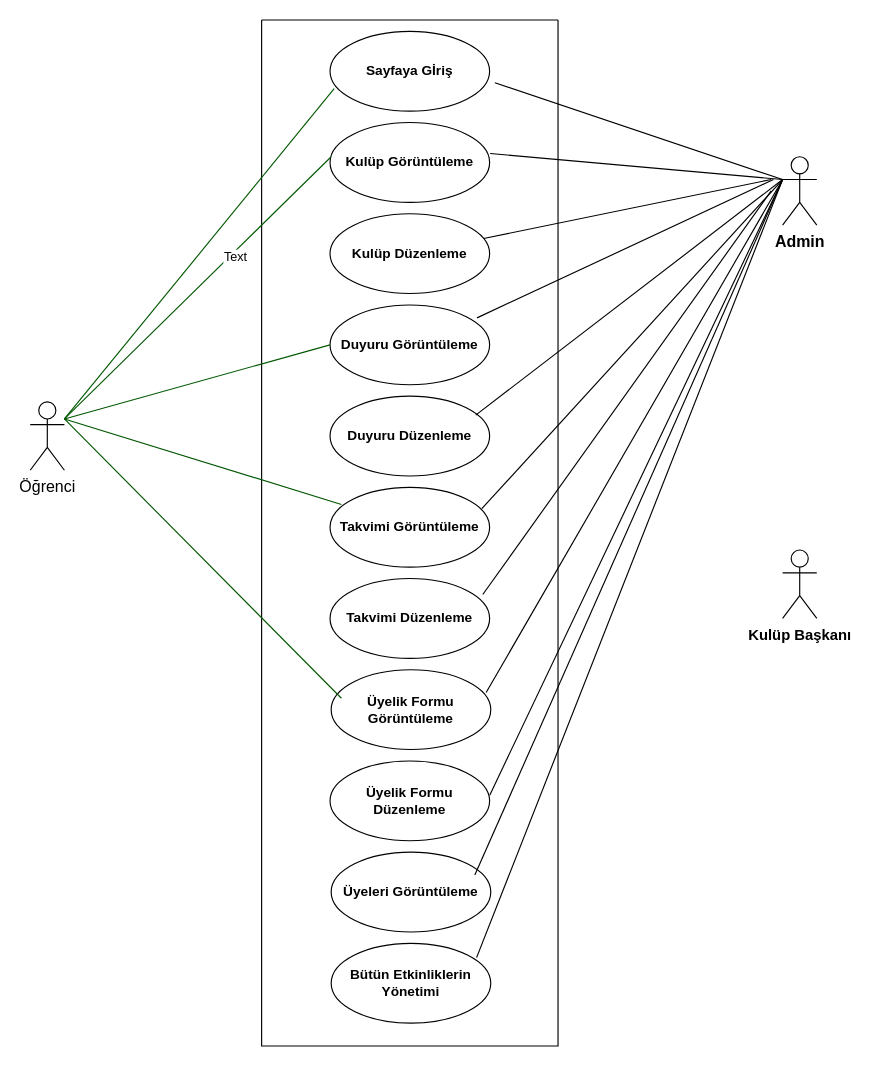
Above: UseCase/UseCase.drawio in areyyy/topluluksitesi (draw.io), before the change. Source tidied: cells renumbered, new cells numbered last; positions are measured from the earlier drawing's top-left corner, leaving out a move shared by most shapes. Both pictures are drawn from the tidied source at 114%, with x=0, y=0 at pixel (30, 19).
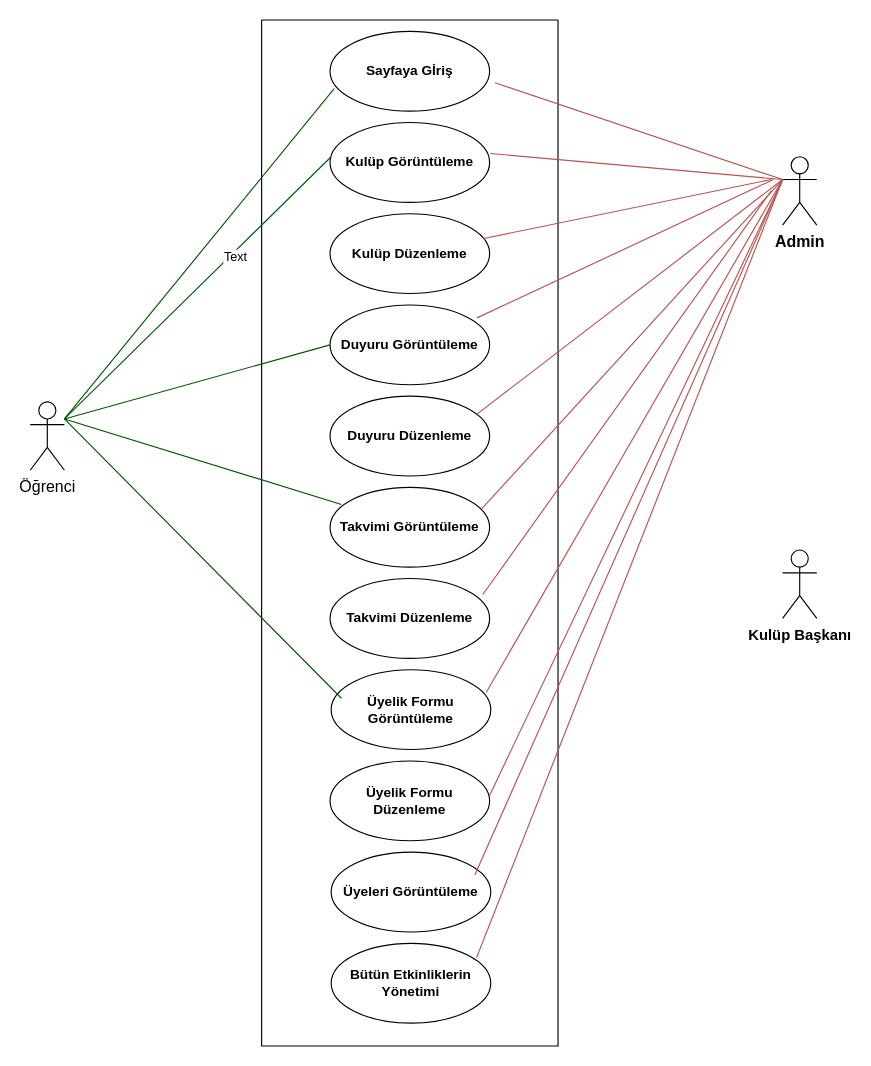
The same diagram, later.

The change refers to these unchanged cells:
```xml
<mxCell id="2" style="swimlane;startSize=0;" parent="1" vertex="1">
  <mxGeometry x="203" width="260" height="900" as="geometry" />
</mxCell>
<mxCell id="3" value="&lt;b&gt;Sayfaya Gİriş&lt;/b&gt;" style="ellipse;whiteSpace=wrap;html=1;" parent="2" vertex="1">
  <mxGeometry x="60" y="10" width="140" height="70" as="geometry" />
</mxCell>
<mxCell id="4" value="&lt;b&gt;Kulüp Görüntüleme&lt;/b&gt;" style="ellipse;whiteSpace=wrap;html=1;" parent="2" vertex="1">
  <mxGeometry x="60" y="90" width="140" height="70" as="geometry" />
</mxCell>
<mxCell id="5" value="&lt;b&gt;Kulüp Düzenleme&lt;/b&gt;" style="ellipse;whiteSpace=wrap;html=1;" parent="2" vertex="1">
  <mxGeometry x="60" y="170" width="140" height="70" as="geometry" />
</mxCell>
<mxCell id="6" value="&lt;b&gt;Duyuru Görüntüleme&lt;/b&gt;" style="ellipse;whiteSpace=wrap;html=1;" parent="2" vertex="1">
  <mxGeometry x="60" y="250" width="140" height="70" as="geometry" />
</mxCell>
<mxCell id="7" value="&lt;b&gt;Duyuru Düzenleme&lt;/b&gt;" style="ellipse;whiteSpace=wrap;html=1;" parent="2" vertex="1">
  <mxGeometry x="60" y="330" width="140" height="70" as="geometry" />
</mxCell>
<mxCell id="8" value="&lt;b&gt;Takvimi Görüntüleme&lt;/b&gt;" style="ellipse;whiteSpace=wrap;html=1;" parent="2" vertex="1">
  <mxGeometry x="60" y="410" width="140" height="70" as="geometry" />
</mxCell>
<mxCell id="9" value="&lt;b&gt;Takvimi Düzenleme&lt;/b&gt;" style="ellipse;whiteSpace=wrap;html=1;" parent="2" vertex="1">
  <mxGeometry x="60" y="490" width="140" height="70" as="geometry" />
</mxCell>
<mxCell id="10" value="&lt;b&gt;Üyelik Formu Görüntüleme&lt;/b&gt;" style="ellipse;whiteSpace=wrap;html=1;" parent="2" vertex="1">
  <mxGeometry x="61" y="570" width="140" height="70" as="geometry" />
</mxCell>
<mxCell id="12" value="&lt;b&gt;Üyeleri Görüntüleme&lt;/b&gt;" style="ellipse;whiteSpace=wrap;html=1;" parent="2" vertex="1">
  <mxGeometry x="61" y="730" width="140" height="70" as="geometry" />
</mxCell>
<mxCell id="13" value="&lt;b&gt;Bütün Etkinliklerin Yönetimi&lt;/b&gt;" style="ellipse;whiteSpace=wrap;html=1;" parent="2" vertex="1">
  <mxGeometry x="61" y="810" width="140" height="70" as="geometry" />
</mxCell>
<mxCell id="19" value="&lt;b style=&quot;font-size: 14px;&quot;&gt;Admin&lt;/b&gt;" style="shape=umlActor;verticalLabelPosition=bottom;verticalAlign=top;html=1;" parent="1" vertex="1">
  <mxGeometry x="660" y="120" width="30" height="60" as="geometry" />
</mxCell>
```

Diff of the diagram source:
```diff
@@
-    <mxCell id="17" style="endArrow=none;html=1;rounded=0;exitX=0.971;exitY=0.286;exitDx=0;exitDy=0;exitPerimeter=0;entryX=0;entryY=0.3333333333333333;entryDx=0;entryDy=0;entryPerimeter=0;" parent="2" edge="1" target="19">
+    <mxCell id="17" style="endArrow=none;html=1;rounded=0;exitX=0.971;exitY=0.286;exitDx=0;exitDy=0;exitPerimeter=0;entryX=0;entryY=0.3333333333333333;entryDx=0;entryDy=0;entryPerimeter=0;fillColor=#f8cecc;strokeColor=#b85450;" parent="2" edge="1" target="19">
       <mxGeometry relative="1" as="geometry">
         <mxPoint x="200.1" y="680" as="sourcePoint" />
       </mxGeometry>
     </mxCell>
@@
-    <mxCell id="24" style="endArrow=none;html=1;rounded=0;exitX=1.033;exitY=0.644;exitDx=0;exitDy=0;exitPerimeter=0;" parent="1" edge="1" source="3">
+    <mxCell id="24" style="endArrow=none;html=1;rounded=0;exitX=1.033;exitY=0.644;exitDx=0;exitDy=0;exitPerimeter=0;fillColor=#f8cecc;strokeColor=#b85450;" parent="1" edge="1" source="3">
       <mxGeometry relative="1" as="geometry">
         <mxPoint x="660" y="140" as="targetPoint" />
       </mxGeometry>
     </mxCell>
-    <mxCell id="25" style="endArrow=none;html=1;rounded=0;exitX=1.003;exitY=0.388;exitDx=0;exitDy=0;exitPerimeter=0;" parent="1" edge="1" source="4">
+    <mxCell id="25" style="endArrow=none;html=1;rounded=0;exitX=1.003;exitY=0.388;exitDx=0;exitDy=0;exitPerimeter=0;fillColor=#f8cecc;strokeColor=#b85450;" parent="1" edge="1" source="4">
       <mxGeometry relative="1" as="geometry">
         <mxPoint x="660" y="140" as="targetPoint" />
       </mxGeometry>
     </mxCell>
-    <mxCell id="26" style="endArrow=none;html=1;rounded=0;" parent="1" edge="1" source="5">
+    <mxCell id="26" style="endArrow=none;html=1;rounded=0;fillColor=#f8cecc;strokeColor=#b85450;" parent="1" edge="1" source="5">
       <mxGeometry relative="1" as="geometry">
         <mxPoint x="650" y="140" as="targetPoint" />
       </mxGeometry>
     </mxCell>
-    <mxCell id="27" style="endArrow=none;html=1;rounded=0;exitX=0.921;exitY=0.162;exitDx=0;exitDy=0;exitPerimeter=0;" parent="1" edge="1" source="6">
+    <mxCell id="27" style="endArrow=none;html=1;rounded=0;exitX=0.921;exitY=0.162;exitDx=0;exitDy=0;exitPerimeter=0;fillColor=#f8cecc;strokeColor=#b85450;" parent="1" edge="1" source="6">
       <mxGeometry relative="1" as="geometry">
         <mxPoint x="652" y="140" as="targetPoint" />
       </mxGeometry>
     </mxCell>
-    <mxCell id="28" style="endArrow=none;html=1;rounded=0;exitX=0.913;exitY=0.238;exitDx=0;exitDy=0;exitPerimeter=0;" parent="1" edge="1" source="7">
+    <mxCell id="28" style="endArrow=none;html=1;rounded=0;exitX=0.913;exitY=0.238;exitDx=0;exitDy=0;exitPerimeter=0;fillColor=#f8cecc;strokeColor=#b85450;" parent="1" edge="1" source="7">
       <mxGeometry relative="1" as="geometry">
         <mxPoint x="660" y="140" as="targetPoint" />
       </mxGeometry>
     </mxCell>
-    <mxCell id="29" style="endArrow=none;html=1;rounded=0;exitX=0.951;exitY=0.268;exitDx=0;exitDy=0;exitPerimeter=0;entryX=0;entryY=0.3333333333333333;entryDx=0;entryDy=0;entryPerimeter=0;" parent="1" edge="1" source="8" target="19">
+    <mxCell id="29" style="endArrow=none;html=1;rounded=0;exitX=0.951;exitY=0.268;exitDx=0;exitDy=0;exitPerimeter=0;entryX=0;entryY=0.3333333333333333;entryDx=0;entryDy=0;entryPerimeter=0;fillColor=#f8cecc;strokeColor=#b85450;" parent="1" edge="1" source="8" target="19">
       <mxGeometry relative="1" as="geometry" />
     </mxCell>
-    <mxCell id="30" style="endArrow=none;html=1;rounded=0;exitX=0.957;exitY=0.2;exitDx=0;exitDy=0;exitPerimeter=0;" parent="1" edge="1" source="9">
+    <mxCell id="30" style="endArrow=none;html=1;rounded=0;exitX=0.957;exitY=0.2;exitDx=0;exitDy=0;exitPerimeter=0;fillColor=#f8cecc;strokeColor=#b85450;" parent="1" edge="1" source="9">
       <mxGeometry relative="1" as="geometry">
         <mxPoint x="650" y="150" as="targetPoint" />
       </mxGeometry>
     </mxCell>
-    <mxCell id="31" style="endArrow=none;html=1;rounded=0;exitX=0.971;exitY=0.286;exitDx=0;exitDy=0;exitPerimeter=0;" parent="1" edge="1" source="10">
+    <mxCell id="31" style="endArrow=none;html=1;rounded=0;exitX=0.971;exitY=0.286;exitDx=0;exitDy=0;exitPerimeter=0;fillColor=#f8cecc;strokeColor=#b85450;" parent="1" edge="1" source="10">
       <mxGeometry relative="1" as="geometry">
         <mxPoint x="660" y="140" as="targetPoint" />
       </mxGeometry>
     </mxCell>
-    <mxCell id="32" style="endArrow=none;html=1;rounded=0;exitX=0.9;exitY=0.286;exitDx=0;exitDy=0;exitPerimeter=0;" parent="1" edge="1" source="12">
+    <mxCell id="32" style="endArrow=none;html=1;rounded=0;exitX=0.9;exitY=0.286;exitDx=0;exitDy=0;exitPerimeter=0;fillColor=#f8cecc;strokeColor=#b85450;" parent="1" edge="1" source="12">
       <mxGeometry relative="1" as="geometry">
         <mxPoint x="660" y="140" as="targetPoint" />
       </mxGeometry>
     </mxCell>
-    <mxCell id="33" style="endArrow=none;html=1;rounded=0;exitX=0.911;exitY=0.179;exitDx=0;exitDy=0;exitPerimeter=0;" parent="1" edge="1" source="13">
+    <mxCell id="33" style="endArrow=none;html=1;rounded=0;exitX=0.911;exitY=0.179;exitDx=0;exitDy=0;exitPerimeter=0;fillColor=#f8cecc;strokeColor=#b85450;" parent="1" edge="1" source="13">
       <mxGeometry relative="1" as="geometry">
         <mxPoint x="660" y="140" as="targetPoint" />
       </mxGeometry>
     </mxCell>
```
